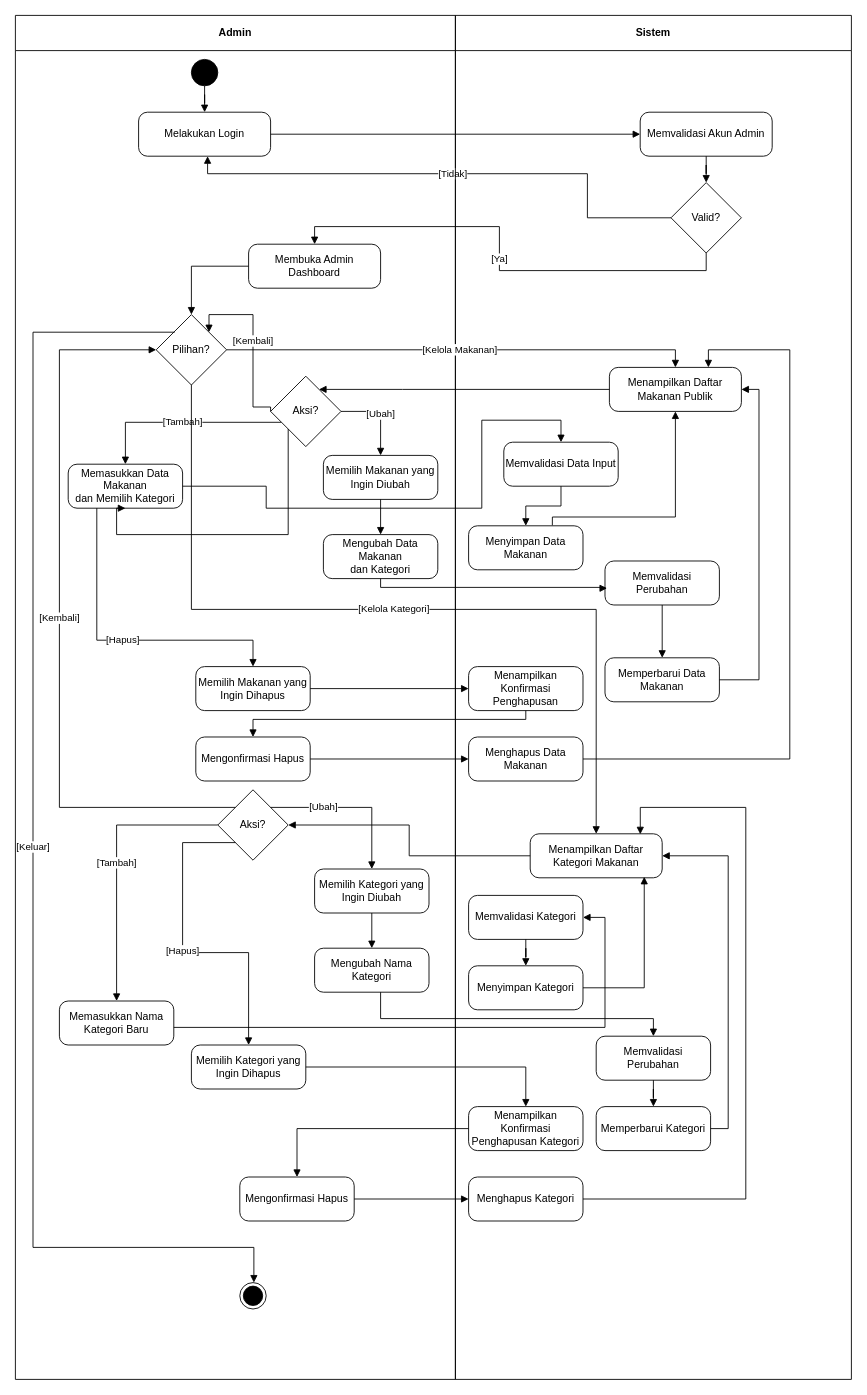
The draw.io diagram page "Admin Food & Category Management" (6 of 8) of Diagram/Calora_Activity_Diagrams.drawio in ananda6060galang-sys/calora, before the edit. Source tidied: cells renumbered, new cells numbered last; positions are measured from the earlier drawing's top-left corner, leaving out a move shared by most shapes. Both pictures are drawn from the tidied source at 88%, with x=0, y=0 at pixel (15, 15).
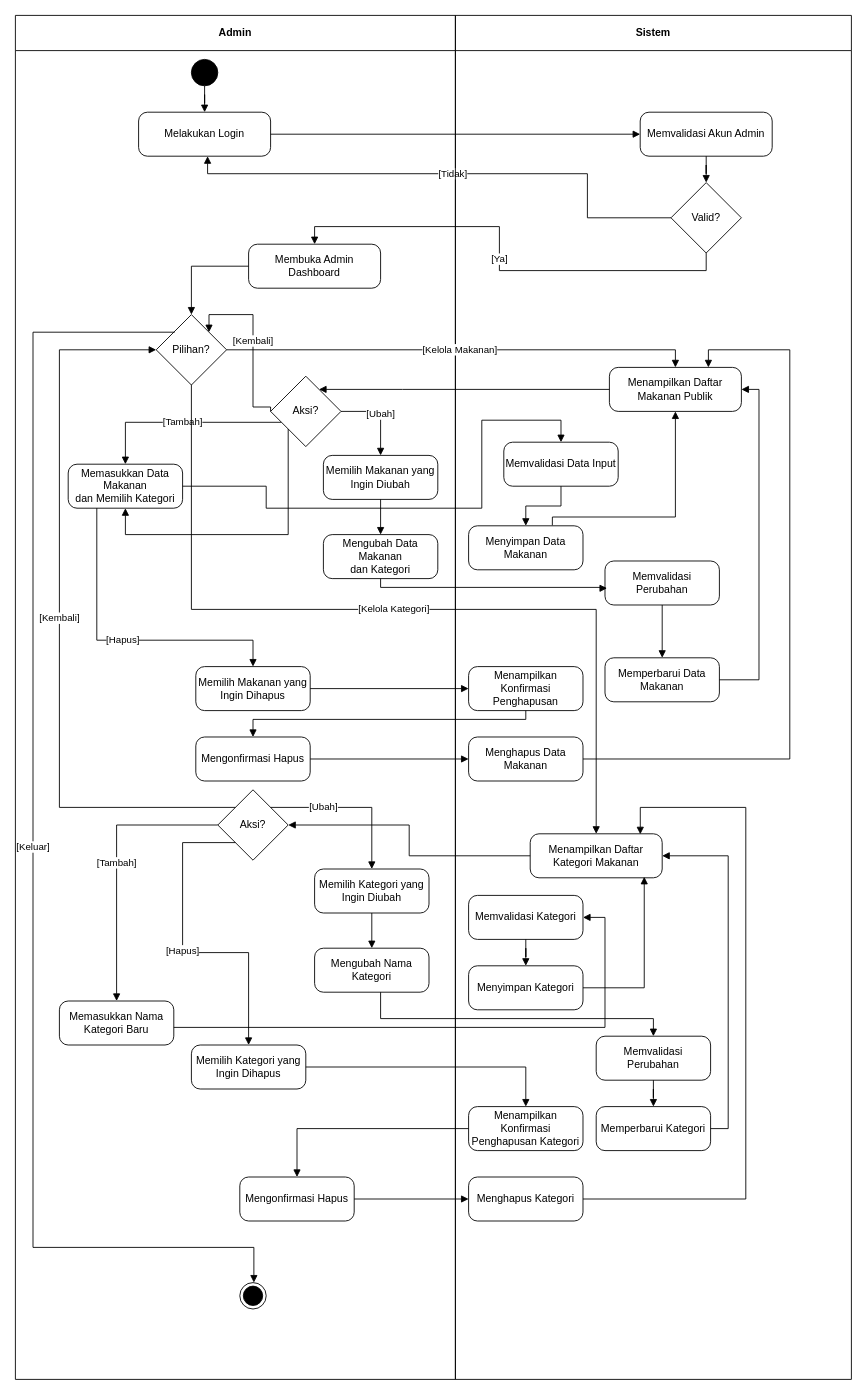
After the change.

Unchanged cells that the change refers to:
```xml
<mxCell id="2" value="Admin" style="swimlane;html=1;startSize=40;horizontal=1;fillColor=none;strokeColor=#000000;fontStyle=1;align=center;whiteSpace=wrap;" parent="1" vertex="1">
  <mxGeometry width="500" height="1550" as="geometry" />
</mxCell>
<mxCell id="17" value="Memasukkan Data Makanan&#10;dan Memilih Kategori" style="rounded=1;whiteSpace=wrap;html=1;arcSize=20;fillColor=none;strokeColor=#000000;align=center;verticalAlign=middle;" parent="2" vertex="1">
  <mxGeometry x="60" y="510" width="130" height="50" as="geometry" />
</mxCell>
<mxCell id="23" value="Aksi?" style="rhombus;whiteSpace=wrap;html=1;fillColor=none;strokeColor=#000000;align=center;verticalAlign=middle;" parent="2" vertex="1">
  <mxGeometry x="290" y="410" width="80" height="80" as="geometry" />
</mxCell>
```

What changed in the source:
```diff
@@
-    <mxCell id="25" style="edgeStyle=orthogonalEdgeStyle;rounded=0;jettySize=auto;html=1;strokeColor=#000000;endArrow=block;endFill=1;labelBackgroundColor=#ffffff;exitX=0;exitY=1;entryX=0.5;entryY=1;exitDx=0;exitDy=0;entryDx=0;entryDy=0;" parent="2" edge="1" source="23" target="17">
+    <mxCell id="25" style="edgeStyle=orthogonalEdgeStyle;rounded=0;jettySize=auto;html=1;strokeColor=#000000;endArrow=block;endFill=1;labelBackgroundColor=#ffffff;exitX=0;exitY=1;exitDx=0;exitDy=0;entryX=0.5;entryY=1;entryDx=0;entryDy=0;" parent="2" edge="1" source="23" target="17">
       <mxGeometry relative="1" as="geometry">
         <Array as="points">
           <mxPoint x="310" y="590" />
-          <mxPoint x="115" y="590" />
+          <mxPoint x="125" y="590" />
         </Array>
       </mxGeometry>
     </mxCell>
```
